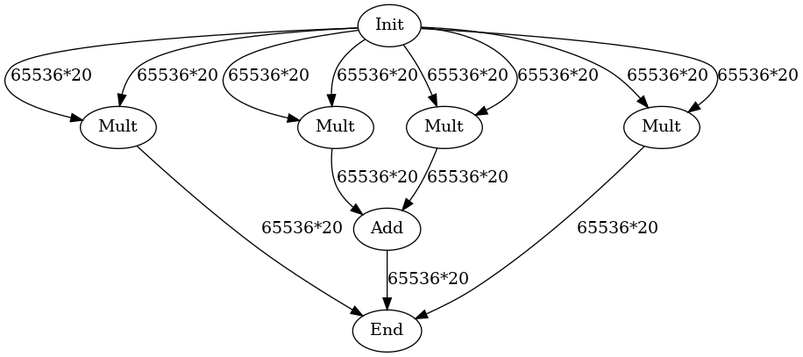
Earlier version of the Graphviz export data/graph_poly_hmult.dot.png (hal-lab-u-tokyo/PolyFHE). Its source is kept beside it as data/graph_poly_hmult.dot.
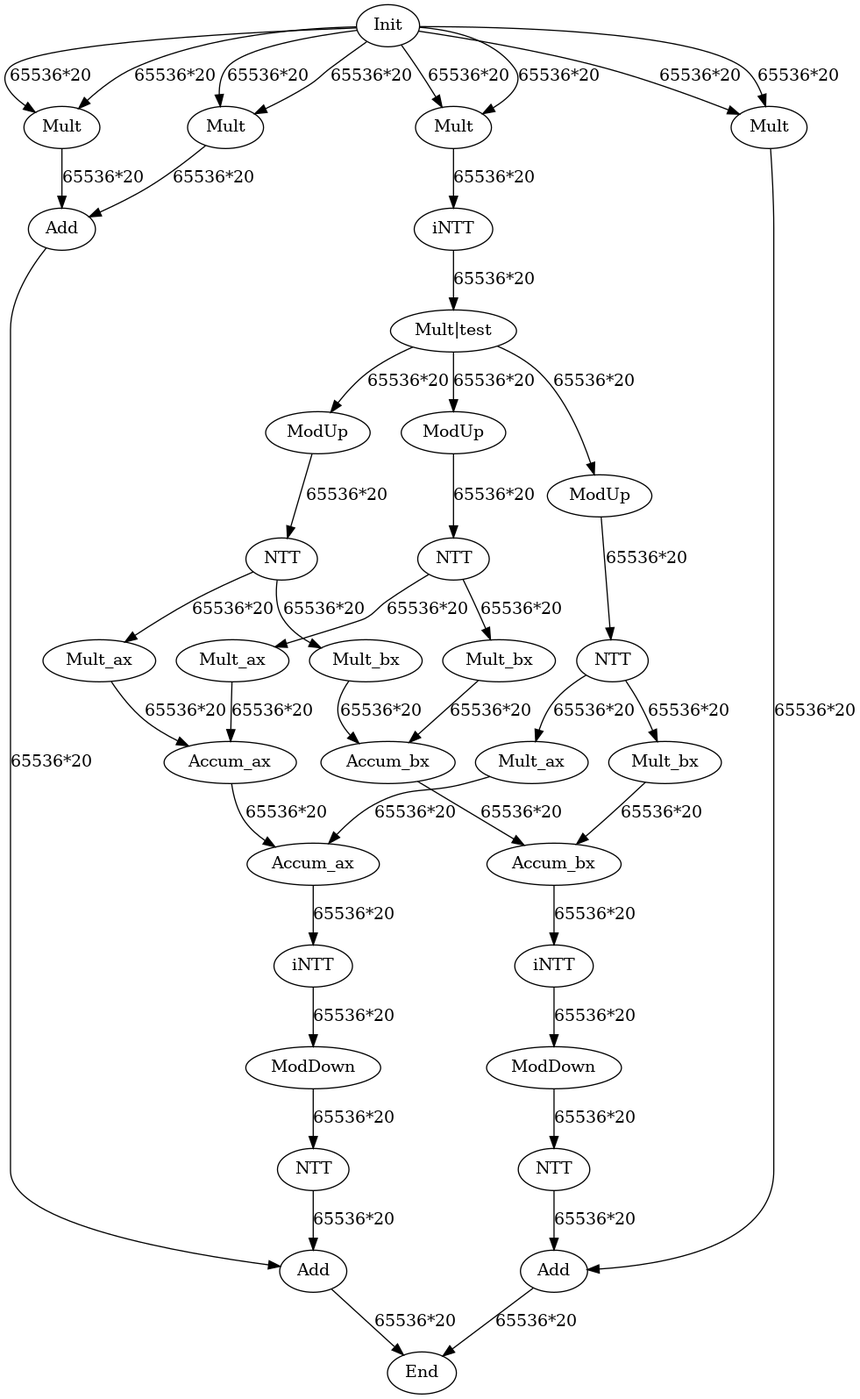
The same diagram one commit later.

Diff of the diagram source:
```diff
@@ -1,22 +1,79 @@
 digraph G {
 Init[label="Init"];
-Mult0[label="Mult"];
-Mult1[label="Mult"];
-Mult2[label="Mult"];
-Mult3[label="Mult"];
-Add0[label="Add"];
+Mult_AxAx[label="Mult"];
+Mult_AxBx[label="Mult"];
+Mult_BxAx[label="Mult"];
+Mult_BxBx[label="Mult"];
+Add_AxBx[label="Add"];
+iNTT[label="iNTT"];
+Mult_Decomp[label="Mult|test"];
+ModUp_0[label="ModUp"];
+ModUp_1[label="ModUp"];
+ModUp_2[label="ModUp"];
+NTT_0[label="NTT"];
+NTT_1[label="NTT"];
+NTT_2[label="NTT"];
+MultKey_0_ax[label="Mult_ax"];
+MultKey_0_bx[label="Mult_bx"];
+MultKey_1_ax[label="Mult_ax"];
+MultKey_1_bx[label="Mult_bx"];
+MultKey_2_ax[label="Mult_ax"];
+MultKey_2_bx[label="Mult_bx"];
+AddAccum_1_ax[label="Accum_ax"];
+AddAccum_1_bx[label="Accum_bx"];
+AddAccum_2_ax[label="Accum_ax"];
+AddAccum_2_bx[label="Accum_bx"];
+iNTT_ax[label="iNTT"];
+iNTT_bx[label="iNTT"];
+ModDown_ax[label="ModDown"];
+ModDown_bx[label="ModDown"];
+NTT_ax[label="NTT"];
+NTT_bx[label="NTT"];
+Add_ax[label="Add"];
+Add_bx[label="Add"];
 End[label="End"];
-Init->Mult0[label="65536*20"];
-Init->Mult0[label="65536*20"];
-Init->Mult1[label="65536*20"];
-Init->Mult1[label="65536*20"];
-Init->Mult2[label="65536*20"];
-Init->Mult2[label="65536*20"];
-Init->Mult3[label="65536*20"];
-Init->Mult3[label="65536*20"];
-Mult1->Add0[label="65536*20"];
-Mult2->Add0[label="65536*20"];
-Mult0->End[label="65536*20"];
-Add0->End[label="65536*20"];
-Mult3->End[label="65536*20"];
+Init -> Mult_AxAx[label="65536*20"];
+Init -> Mult_AxAx[label="65536*20"];
+Init -> Mult_AxBx[label="65536*20"];
+Init -> Mult_AxBx[label="65536*20"];
+Init -> Mult_BxAx[label="65536*20"];
+Init -> Mult_BxAx[label="65536*20"];
+Init -> Mult_BxBx[label="65536*20"];
+Init -> Mult_BxBx[label="65536*20"];
+Mult_AxBx -> Add_AxBx[label="65536*20"];
+Mult_BxAx -> Add_AxBx[label="65536*20"];
+Mult_AxAx -> iNTT[label="65536*20"];
+iNTT -> Mult_Decomp[label="65536*20"];
+Mult_Decomp -> ModUp_0[label="65536*20"];
+Mult_Decomp -> ModUp_1[label="65536*20"];
+Mult_Decomp -> ModUp_2[label="65536*20"];
+ModUp_0 -> NTT_0[label="65536*20"];
+ModUp_1 -> NTT_1[label="65536*20"];
+ModUp_2 -> NTT_2[label="65536*20"];
+NTT_0 -> MultKey_0_ax[label="65536*20"];
+NTT_0 -> MultKey_0_bx[label="65536*20"];
+NTT_1 -> MultKey_1_ax[label="65536*20"];
+NTT_1 -> MultKey_1_bx[label="65536*20"];
+NTT_2 -> MultKey_2_ax[label="65536*20"];
+NTT_2 -> MultKey_2_bx[label="65536*20"];
+MultKey_0_ax -> AddAccum_1_ax[label="65536*20"];
+MultKey_0_bx -> AddAccum_1_bx[label="65536*20"];
+MultKey_1_ax -> AddAccum_1_ax[label="65536*20"];
+MultKey_1_bx -> AddAccum_1_bx[label="65536*20"];
+MultKey_2_ax -> AddAccum_2_ax[label="65536*20"];
+MultKey_2_bx -> AddAccum_2_bx[label="65536*20"];
+AddAccum_1_ax -> AddAccum_2_ax[label="65536*20"];
+AddAccum_1_bx -> AddAccum_2_bx[label="65536*20"];
+AddAccum_2_ax -> iNTT_ax[label="65536*20"];
+AddAccum_2_bx -> iNTT_bx[label="65536*20"];
+iNTT_ax -> ModDown_ax[label="65536*20"];
+iNTT_bx -> ModDown_bx[label="65536*20"];
+ModDown_ax -> NTT_ax[label="65536*20"];
+ModDown_bx -> NTT_bx[label="65536*20"];
+NTT_ax -> Add_ax[label="65536*20"];
+NTT_bx -> Add_bx[label="65536*20"];
+Add_AxBx -> Add_ax[label="65536*20"];
+Mult_BxBx -> Add_bx[label="65536*20"];
+Add_ax -> End[label="65536*20"];
+Add_bx -> End[label="65536*20"];
 }
```
